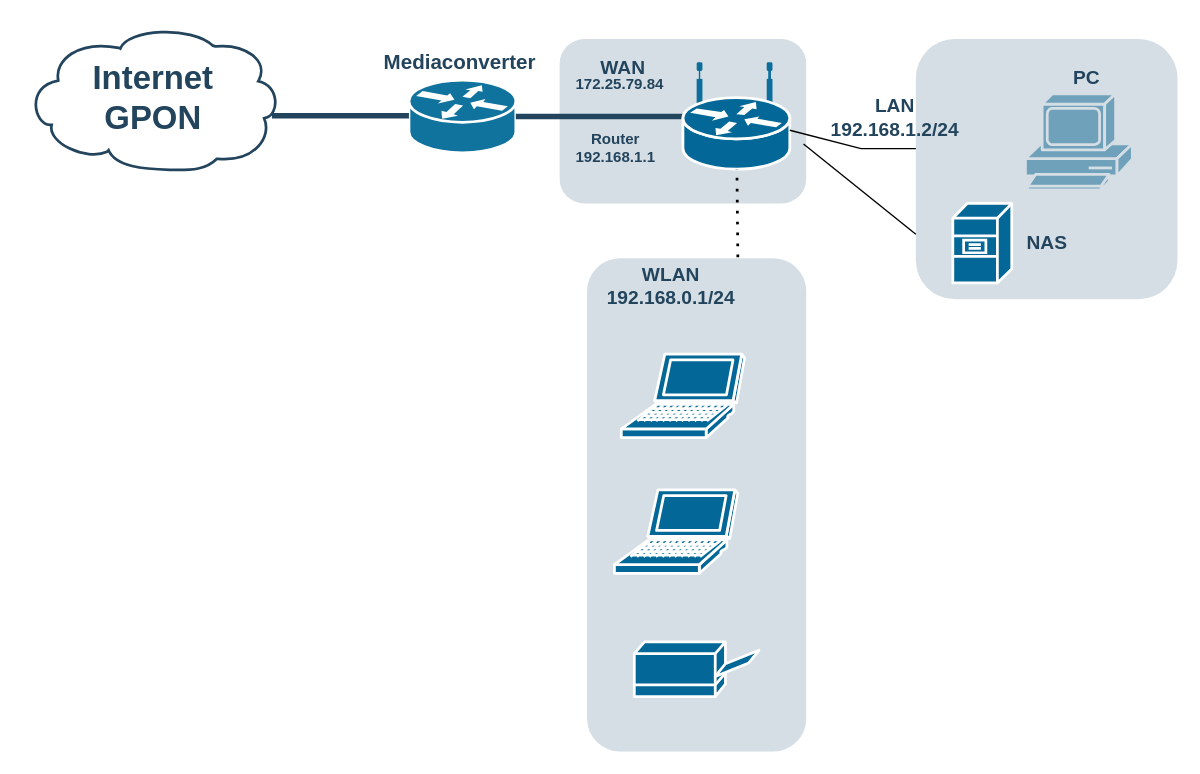
DSolokhin/solo keeps this draw.io diagram as Untitled Diagram.drawio. Above is the earlier version. Source tidied: cells renumbered, new cells numbered last; positions are measured from the earlier drawing's top-left corner, leaving out a move shared by most shapes. Both pictures are drawn from the tidied source at 137%, with x=0, y=0 at pixel (25, 25).
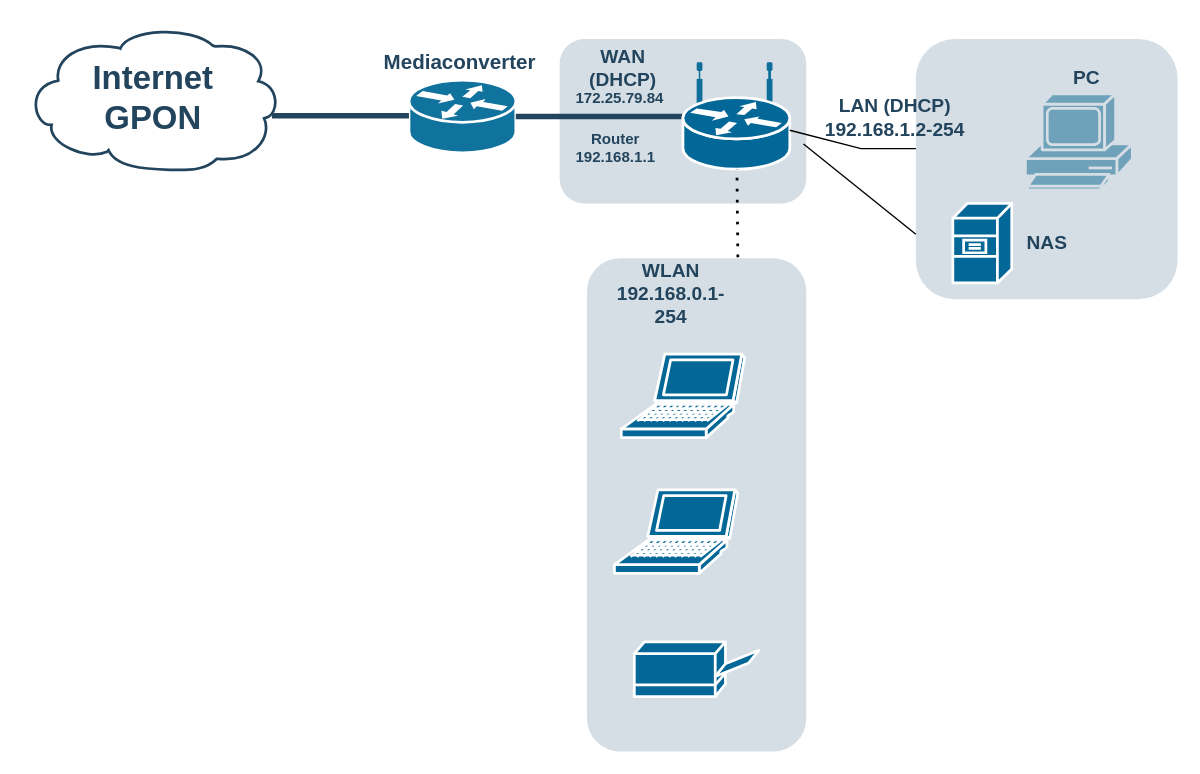
After the change.

Diff of the diagram source:
```diff
@@
-    <mxCell id="7" value="&lt;font color=&quot;#23445d&quot;&gt;WAN&lt;/font&gt;" style="rounded=1;whiteSpace=wrap;html=1;strokeColor=none;fillColor=none;fontSize=14;fontColor=#742B21;align=center;fontStyle=1;" parent="1" vertex="1">
+    <mxCell id="7" value="&lt;font color=&quot;#23445d&quot;&gt;WAN (DHCP)&lt;/font&gt;" style="rounded=1;whiteSpace=wrap;html=1;strokeColor=none;fillColor=none;fontSize=14;fontColor=#742B21;align=center;fontStyle=1;" parent="1" vertex="1">
       <mxGeometry x="400" y="21" width="73" height="19" as="geometry" />
     </mxCell>
@@
     <mxCell id="11" value="&lt;div style=&quot;text-align: center; font-size: 11px;&quot;&gt;&lt;span style=&quot;font-size: 11px;&quot;&gt;&lt;font color=&quot;#23445d&quot; face=&quot;helvetica&quot; style=&quot;font-size: 11px;&quot;&gt;&lt;b style=&quot;font-size: 11px;&quot;&gt;172.25.79.84&lt;/b&gt;&lt;/font&gt;&lt;/span&gt;&lt;/div&gt;" style="text;whiteSpace=wrap;html=1;fontFamily=Helvetica;fontSize=11;" parent="1" vertex="1">
-      <mxGeometry x="400" y="30" width="110" height="50" as="geometry" />
+      <mxGeometry x="400" y="40" width="110" height="50" as="geometry" />
     </mxCell>
-    <mxCell id="12" value="&lt;font color=&quot;#23445d&quot;&gt;WLAN&lt;br&gt;192.168.0.1/24&lt;br&gt;&lt;/font&gt;" style="rounded=1;whiteSpace=wrap;html=1;strokeColor=none;fillColor=none;fontSize=14;fontColor=#742B21;align=center;fontStyle=1;" parent="1" vertex="1">
-      <mxGeometry x="435" y="180" width="73" height="19" as="geometry" />
+    <mxCell id="12" value="&lt;font color=&quot;#23445d&quot;&gt;WLAN&lt;br&gt;192.168.0.1-254&lt;br&gt;&lt;/font&gt;" style="rounded=1;whiteSpace=wrap;html=1;strokeColor=none;fillColor=none;fontSize=14;fontColor=#742B21;align=center;fontStyle=1;" parent="1" vertex="1">
+      <mxGeometry x="435" y="186" width="73" height="19" as="geometry" />
     </mxCell>
@@
-    <mxCell id="18" value="&lt;font color=&quot;#23445d&quot;&gt;LAN 192.168.1.2/24&lt;/font&gt;" style="rounded=1;whiteSpace=wrap;html=1;strokeColor=none;fillColor=none;fontSize=14;fontColor=#742B21;align=center;fontStyle=1;" parent="1" vertex="1">
+    <mxCell id="18" value="&lt;font color=&quot;#23445d&quot;&gt;LAN (DHCP) 192.168.1.2-254&lt;/font&gt;" style="rounded=1;whiteSpace=wrap;html=1;strokeColor=none;fillColor=none;fontSize=14;fontColor=#742B21;align=center;fontStyle=1;" parent="1" vertex="1">
       <mxGeometry x="580" y="57" width="110" height="19" as="geometry" />
     </mxCell>
```
